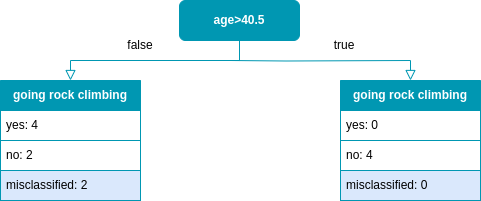
Earlier version of the draw.io export static/images/adaboost/ab_example_clf_third_stump.drawio.png (froukje/datamapu). Source tidied: cells renumbered, new cells last; positions are measured from the earlier drawing's top-left corner, leaving out a move shared by most shapes. Its diagram source:
```xml
<mxGraphModel math="1">
  <root>
    <mxCell id="0" />
    <mxCell id="1" parent="0" />
    <mxCell id="2" style="rounded=0;html=1;jettySize=auto;fontSize=11;endArrow=block;endFill=0;endSize=8;strokeWidth=1;shadow=0;labelBackgroundColor=none;edgeStyle=orthogonalEdgeStyle;entryX=0.5;entryY=0;entryDx=0;entryDy=0;exitX=0.5;exitY=1;exitDx=0;exitDy=0;strokeColor=#0097B2;" parent="1" edge="1" source="3" target="4">
      <mxGeometry relative="1" as="geometry" />
    </mxCell>
    <mxCell id="3" value="&lt;font color=&quot;#ffffff&quot;&gt;&lt;b&gt;age&amp;gt;40.5&lt;/b&gt;&lt;/font&gt;" style="rounded=1;whiteSpace=wrap;html=1;fontSize=12;glass=0;strokeWidth=1;shadow=0;fillColor=#0097B2;strokeColor=#0097B2;" parent="1" vertex="1">
      <mxGeometry x="179" width="120" height="40" as="geometry" />
    </mxCell>
    <mxCell id="4" value="&lt;font color=&quot;#ffffff&quot;&gt;&lt;b&gt;going rock climbing&lt;/b&gt;&lt;/font&gt;" style="swimlane;fontStyle=0;horizontal=1;startSize=30;whiteSpace=wrap;html=1;fillColor=#0097B2;strokeColor=#0097B2;" parent="1" vertex="1">
      <mxGeometry y="80" width="140" height="120" as="geometry" />
    </mxCell>
    <mxCell id="5" value="yes: 4" style="text;strokeColor=#0097B2;fillColor=default;align=left;verticalAlign=middle;spacingLeft=4;spacingRight=4;overflow=hidden;whiteSpace=wrap;html=1;labelBackgroundColor=none;" parent="4" vertex="1">
      <mxGeometry y="30" width="140" height="30" as="geometry" />
    </mxCell>
    <mxCell id="6" value="no: 2" style="text;strokeColor=#0097B2;fillColor=default;align=left;verticalAlign=middle;spacingLeft=4;spacingRight=4;overflow=hidden;whiteSpace=wrap;html=1;labelBackgroundColor=none;" parent="4" vertex="1">
      <mxGeometry y="60" width="140" height="30" as="geometry" />
    </mxCell>
    <mxCell id="7" value="misclassified: 2" style="text;strokeColor=#0097B2;fillColor=#dae8fc;align=left;verticalAlign=middle;spacingLeft=4;spacingRight=4;overflow=hidden;whiteSpace=wrap;html=1;" parent="4" vertex="1">
      <mxGeometry y="90" width="140" height="30" as="geometry" />
    </mxCell>
    <mxCell id="8" value="&lt;font color=&quot;#ffffff&quot;&gt;&lt;b&gt;going rock climbing&lt;/b&gt;&lt;/font&gt;" style="swimlane;fontStyle=0;horizontal=1;startSize=30;whiteSpace=wrap;html=1;fillColor=#0097B2;strokeColor=#0097B2;" parent="1" vertex="1">
      <mxGeometry x="340" y="80" width="140" height="120" as="geometry" />
    </mxCell>
    <mxCell id="9" value="yes: 0" style="text;strokeColor=#0097B2;fillColor=default;align=left;verticalAlign=middle;spacingLeft=4;spacingRight=4;overflow=hidden;whiteSpace=wrap;html=1;labelBackgroundColor=none;" parent="8" vertex="1">
      <mxGeometry y="30" width="140" height="30" as="geometry" />
    </mxCell>
    <mxCell id="10" value="no: 4" style="text;strokeColor=#0097B2;fillColor=default;align=left;verticalAlign=middle;spacingLeft=4;spacingRight=4;overflow=hidden;whiteSpace=wrap;html=1;labelBorderColor=none;labelBackgroundColor=none;" parent="8" vertex="1">
      <mxGeometry y="60" width="140" height="30" as="geometry" />
    </mxCell>
    <mxCell id="11" value="misclassified: 0" style="text;strokeColor=#0097B2;fillColor=#dae8fc;align=left;verticalAlign=middle;spacingLeft=4;spacingRight=4;overflow=hidden;whiteSpace=wrap;html=1;" parent="8" vertex="1">
      <mxGeometry y="90" width="140" height="30" as="geometry" />
    </mxCell>
    <mxCell id="12" style="rounded=0;html=1;jettySize=auto;fontSize=11;endArrow=block;endFill=0;endSize=8;strokeWidth=1;shadow=0;labelBackgroundColor=none;edgeStyle=orthogonalEdgeStyle;entryX=0.5;entryY=0;entryDx=0;entryDy=0;strokeColor=#0097B2;" parent="1" edge="1" target="8">
      <mxGeometry relative="1" as="geometry">
        <mxPoint x="230" y="60" as="sourcePoint" />
      </mxGeometry>
    </mxCell>
    <mxCell id="13" value="false" style="text;html=1;strokeColor=none;fillColor=none;align=center;verticalAlign=middle;whiteSpace=wrap;rounded=0;" parent="1" vertex="1">
      <mxGeometry x="110" y="30" width="60" height="30" as="geometry" />
    </mxCell>
    <mxCell id="14" value="true" style="text;html=1;strokeColor=none;fillColor=none;align=center;verticalAlign=middle;whiteSpace=wrap;rounded=0;" parent="1" vertex="1">
      <mxGeometry x="314" y="30" width="60" height="30" as="geometry" />
    </mxCell>
  </root>
</mxGraphModel>
```
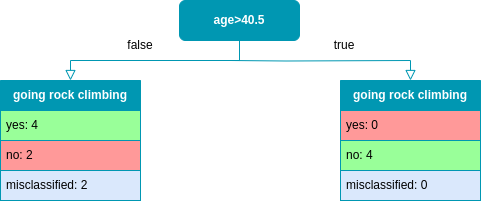
The same file after the commit.

The edit, as a diff of the source:
```diff
@@ -11,10 +11,10 @@
     <mxCell id="4" value="&lt;font color=&quot;#ffffff&quot;&gt;&lt;b&gt;going rock climbing&lt;/b&gt;&lt;/font&gt;" style="swimlane;fontStyle=0;horizontal=1;startSize=30;whiteSpace=wrap;html=1;fillColor=#0097B2;strokeColor=#0097B2;" parent="1" vertex="1">
       <mxGeometry y="80" width="140" height="120" as="geometry" />
     </mxCell>
-    <mxCell id="5" value="yes: 4" style="text;strokeColor=#0097B2;fillColor=default;align=left;verticalAlign=middle;spacingLeft=4;spacingRight=4;overflow=hidden;whiteSpace=wrap;html=1;labelBackgroundColor=none;" parent="4" vertex="1">
+    <mxCell id="5" value="yes: 4" style="text;strokeColor=#0097B2;fillColor=#99FF99;align=left;verticalAlign=middle;spacingLeft=4;spacingRight=4;overflow=hidden;whiteSpace=wrap;html=1;labelBackgroundColor=none;" parent="4" vertex="1">
       <mxGeometry y="30" width="140" height="30" as="geometry" />
     </mxCell>
-    <mxCell id="6" value="no: 2" style="text;strokeColor=#0097B2;fillColor=default;align=left;verticalAlign=middle;spacingLeft=4;spacingRight=4;overflow=hidden;whiteSpace=wrap;html=1;labelBackgroundColor=none;" parent="4" vertex="1">
+    <mxCell id="6" value="no: 2" style="text;strokeColor=#0097B2;fillColor=#FF9999;align=left;verticalAlign=middle;spacingLeft=4;spacingRight=4;overflow=hidden;whiteSpace=wrap;html=1;labelBackgroundColor=none;" parent="4" vertex="1">
       <mxGeometry y="60" width="140" height="30" as="geometry" />
     </mxCell>
     <mxCell id="7" value="misclassified: 2" style="text;strokeColor=#0097B2;fillColor=#dae8fc;align=left;verticalAlign=middle;spacingLeft=4;spacingRight=4;overflow=hidden;whiteSpace=wrap;html=1;" parent="4" vertex="1">
@@ -23,10 +23,10 @@
     <mxCell id="8" value="&lt;font color=&quot;#ffffff&quot;&gt;&lt;b&gt;going rock climbing&lt;/b&gt;&lt;/font&gt;" style="swimlane;fontStyle=0;horizontal=1;startSize=30;whiteSpace=wrap;html=1;fillColor=#0097B2;strokeColor=#0097B2;" parent="1" vertex="1">
       <mxGeometry x="340" y="80" width="140" height="120" as="geometry" />
     </mxCell>
-    <mxCell id="9" value="yes: 0" style="text;strokeColor=#0097B2;fillColor=default;align=left;verticalAlign=middle;spacingLeft=4;spacingRight=4;overflow=hidden;whiteSpace=wrap;html=1;labelBackgroundColor=none;" parent="8" vertex="1">
+    <mxCell id="9" value="yes: 0" style="text;strokeColor=#0097B2;fillColor=#FF9999;align=left;verticalAlign=middle;spacingLeft=4;spacingRight=4;overflow=hidden;whiteSpace=wrap;html=1;labelBackgroundColor=none;" parent="8" vertex="1">
       <mxGeometry y="30" width="140" height="30" as="geometry" />
     </mxCell>
-    <mxCell id="10" value="no: 4" style="text;strokeColor=#0097B2;fillColor=default;align=left;verticalAlign=middle;spacingLeft=4;spacingRight=4;overflow=hidden;whiteSpace=wrap;html=1;labelBorderColor=none;labelBackgroundColor=none;" parent="8" vertex="1">
+    <mxCell id="10" value="no: 4" style="text;strokeColor=#0097B2;fillColor=#99FF99;align=left;verticalAlign=middle;spacingLeft=4;spacingRight=4;overflow=hidden;whiteSpace=wrap;html=1;labelBorderColor=none;labelBackgroundColor=none;" parent="8" vertex="1">
       <mxGeometry y="60" width="140" height="30" as="geometry" />
     </mxCell>
     <mxCell id="11" value="misclassified: 0" style="text;strokeColor=#0097B2;fillColor=#dae8fc;align=left;verticalAlign=middle;spacingLeft=4;spacingRight=4;overflow=hidden;whiteSpace=wrap;html=1;" parent="8" vertex="1">
```
